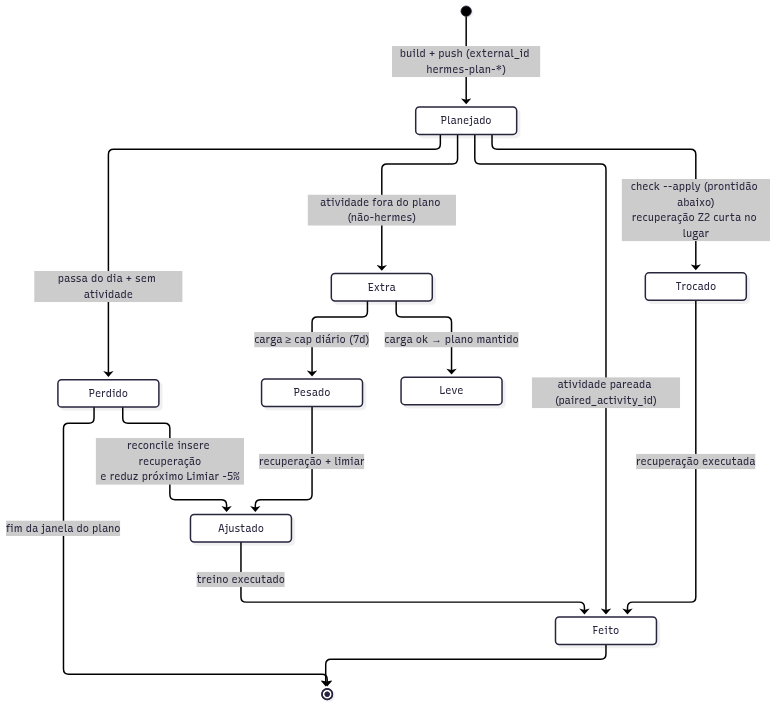
Earlier version of the Mermaid export docs/diagramas/estados.png (valdelin/Hermes-coach). Its source is kept beside it as docs/diagramas/estados.mmd. The source it was exported from:
```mermaid
stateDiagram-v2
    [*] --> Planejado : build + push (external_id hermes-plan-*)
    Planejado --> Feito : atividade pareada (paired_activity_id)
    Planejado --> Perdido : passa do dia + sem atividade
    Planejado --> Trocado : check --apply (prontidão abaixo)<br/>recuperação Z2 curta no lugar
    Perdido --> Ajustado : reconcile insere recuperação<br/>e reduz próximo Limiar -5%
    Planejado --> Extra : atividade fora do plano (não-hermes)
    Extra --> Leve : carga ok → plano mantido
    Extra --> Pesado : carga ≥ cap diário (7d)
    Pesado --> Ajustado : recuperação + limiar
    Ajustado --> Feito : treino executado
    Trocado --> Feito : recuperação executada
    Perdido --> [*] : fim da janela do plano
    Feito --> [*]
```
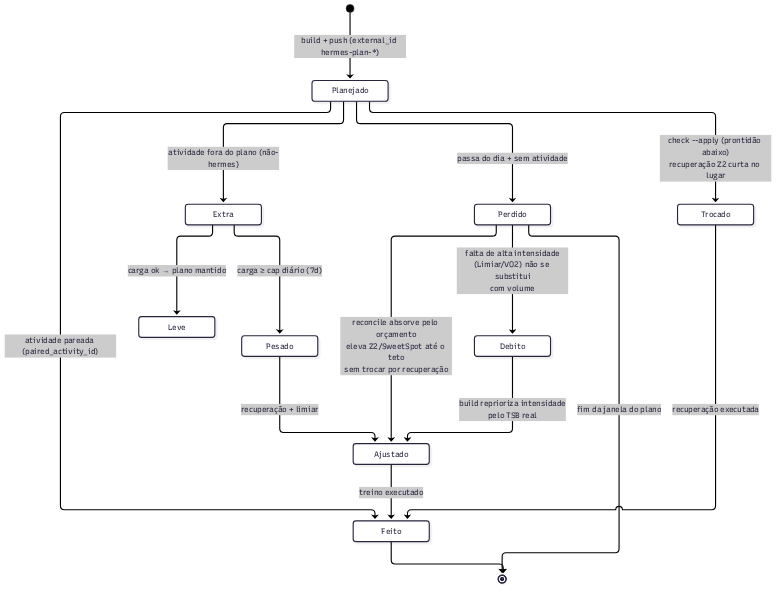
After the change.

The edit, as a diff of the source:
```diff
@@ -3,7 +3,9 @@
     Planejado --> Feito : atividade pareada (paired_activity_id)
     Planejado --> Perdido : passa do dia + sem atividade
     Planejado --> Trocado : check --apply (prontidão abaixo)<br/>recuperação Z2 curta no lugar
-    Perdido --> Ajustado : reconcile insere recuperação<br/>e reduz próximo Limiar -5%
+    Perdido --> Ajustado : reconcile absorve pelo orçamento<br/>eleva Z2/SweetSpot até o teto<br/>sem trocar por recuperação
+    Perdido --> Debito : falta de alta intensidade<br/>(Limiar/VO2) não se substitui<br/>com volume
+    Debito --> Ajustado : build reprioriza intensidade<br/>pelo TSB real
     Planejado --> Extra : atividade fora do plano (não-hermes)
     Extra --> Leve : carga ok → plano mantido
     Extra --> Pesado : carga ≥ cap diário (7d)
```
